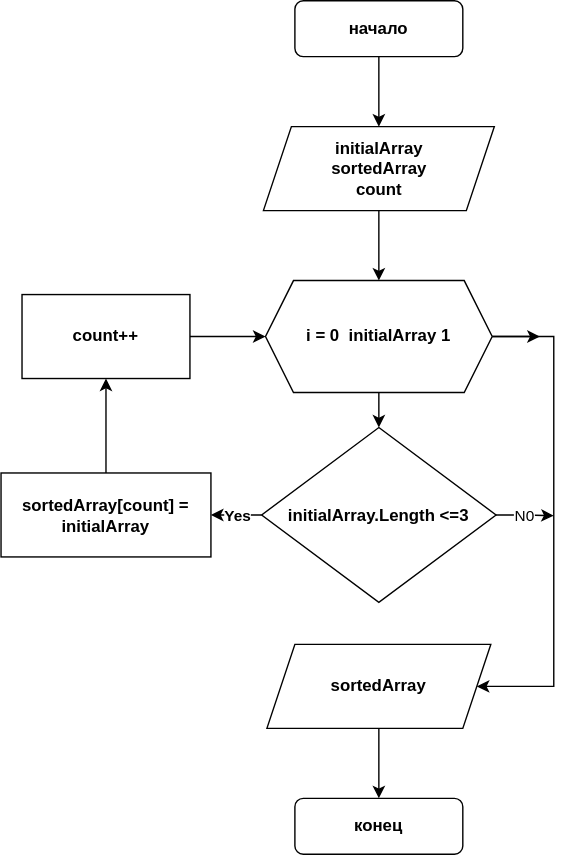
Above: блок схема.drawio.svg in Segunok1/credit_work (draw.io), before the change. Source tidied: cells renumbered, new cells last; positions are measured from the earlier drawing's top-left corner, leaving out a move shared by most shapes. Source of this version:
```xml
<mxGraphModel>
  <root>
    <mxCell id="0" />
    <mxCell id="1" parent="0" />
    <mxCell id="2" style="edgeStyle=orthogonalEdgeStyle;rounded=0;jettySize=auto;html=1;exitX=0.5;exitY=1;exitDx=0;exitDy=0;entryX=0.5;entryY=0;entryDx=0;entryDy=0;" parent="1" edge="1" source="3" target="6">
      <mxGeometry relative="1" as="geometry" />
    </mxCell>
    <mxCell id="3" value="начало" style="rounded=1;whiteSpace=wrap;html=1;fontSize=12;glass=0;strokeWidth=1;shadow=0;fontStyle=1;" parent="1" vertex="1">
      <mxGeometry x="210" width="120" height="40" as="geometry" />
    </mxCell>
    <mxCell id="4" value="конец" style="rounded=1;whiteSpace=wrap;html=1;fontSize=12;glass=0;strokeWidth=1;shadow=0;fontStyle=1;" parent="1" vertex="1">
      <mxGeometry x="210" y="570" width="120" height="40" as="geometry" />
    </mxCell>
    <mxCell id="5" style="edgeStyle=orthogonalEdgeStyle;rounded=0;jettySize=auto;html=1;exitX=0.5;exitY=1;exitDx=0;exitDy=0;entryX=0.5;entryY=0;entryDx=0;entryDy=0;" parent="1" edge="1" source="6" target="15">
      <mxGeometry relative="1" as="geometry" />
    </mxCell>
    <mxCell id="6" value="initialArray&lt;br&gt;sortedArray&lt;br&gt;count" style="shape=parallelogram;perimeter=parallelogramPerimeter;whiteSpace=wrap;html=1;fixedSize=1;fontStyle=1;" parent="1" vertex="1">
      <mxGeometry x="187.5" y="90" width="165" height="60" as="geometry" />
    </mxCell>
    <mxCell id="7" style="edgeStyle=orthogonalEdgeStyle;rounded=0;jettySize=auto;html=1;exitX=1;exitY=0.5;exitDx=0;exitDy=0;entryX=0;entryY=0.5;entryDx=0;entryDy=0;" parent="1" edge="1" source="8" target="15">
      <mxGeometry relative="1" as="geometry" />
    </mxCell>
    <mxCell id="8" value="&lt;b&gt;count++&lt;/b&gt;" style="rounded=0;whiteSpace=wrap;html=1;" parent="1" vertex="1">
      <mxGeometry x="15" y="210" width="120" height="60" as="geometry" />
    </mxCell>
    <mxCell id="9" value="Yes" style="edgeStyle=orthogonalEdgeStyle;rounded=0;jettySize=auto;html=1;entryX=1;entryY=0.5;entryDx=0;entryDy=0;fontStyle=1;" parent="1" edge="1" source="11" target="19">
      <mxGeometry x="0.16" relative="1" as="geometry" />
    </mxCell>
    <mxCell id="10" value="N0" style="edgeStyle=orthogonalEdgeStyle;rounded=0;jettySize=auto;html=1;exitX=1;exitY=0.5;exitDx=0;exitDy=0;" parent="1" edge="1" source="11">
      <mxGeometry relative="1" as="geometry">
        <mxPoint x="395" y="368" as="targetPoint" />
      </mxGeometry>
    </mxCell>
    <mxCell id="11" value="initialArray.Length &amp;lt;=3" style="rhombus;whiteSpace=wrap;html=1;fontStyle=1;" parent="1" vertex="1">
      <mxGeometry x="186.2" y="305" width="167.5" height="125" as="geometry" />
    </mxCell>
    <mxCell id="12" style="edgeStyle=orthogonalEdgeStyle;rounded=0;jettySize=auto;html=1;exitX=0.5;exitY=1;exitDx=0;exitDy=0;entryX=0.5;entryY=0;entryDx=0;entryDy=0;" parent="1" edge="1" source="15" target="11">
      <mxGeometry relative="1" as="geometry" />
    </mxCell>
    <mxCell id="13" style="edgeStyle=orthogonalEdgeStyle;rounded=0;jettySize=auto;html=1;exitX=1;exitY=0.5;exitDx=0;exitDy=0;" parent="1" edge="1" source="15" target="17">
      <mxGeometry relative="1" as="geometry">
        <Array as="points">
          <mxPoint x="395" y="240" />
          <mxPoint x="395" y="490" />
        </Array>
      </mxGeometry>
    </mxCell>
    <mxCell id="14" style="edgeStyle=orthogonalEdgeStyle;rounded=0;jettySize=auto;html=1;exitX=1;exitY=0.5;exitDx=0;exitDy=0;" parent="1" edge="1" source="15">
      <mxGeometry relative="1" as="geometry">
        <mxPoint x="385" y="240" as="targetPoint" />
      </mxGeometry>
    </mxCell>
    <mxCell id="15" value="i = 0&amp;nbsp; initialArray 1" style="shape=hexagon;perimeter=hexagonPerimeter2;whiteSpace=wrap;html=1;fixedSize=1;fontStyle=1;" parent="1" vertex="1">
      <mxGeometry x="189" y="200" width="162" height="80" as="geometry" />
    </mxCell>
    <mxCell id="16" style="edgeStyle=orthogonalEdgeStyle;rounded=0;jettySize=auto;html=1;exitX=0.5;exitY=1;exitDx=0;exitDy=0;entryX=0.5;entryY=0;entryDx=0;entryDy=0;" parent="1" edge="1" source="17" target="4">
      <mxGeometry relative="1" as="geometry" />
    </mxCell>
    <mxCell id="17" value="sortedArray" style="shape=parallelogram;perimeter=parallelogramPerimeter;whiteSpace=wrap;html=1;fixedSize=1;fontStyle=1;" parent="1" vertex="1">
      <mxGeometry x="190" y="460" width="160" height="60" as="geometry" />
    </mxCell>
    <mxCell id="18" style="edgeStyle=orthogonalEdgeStyle;rounded=0;jettySize=auto;html=1;exitX=0.5;exitY=0;exitDx=0;exitDy=0;entryX=0.5;entryY=1;entryDx=0;entryDy=0;" parent="1" edge="1" source="19" target="8">
      <mxGeometry relative="1" as="geometry" />
    </mxCell>
    <mxCell id="19" value="sortedArray[count] =&lt;br&gt;initialArray" style="rounded=0;whiteSpace=wrap;html=1;fontStyle=1;" parent="1" vertex="1">
      <mxGeometry y="337.5" width="150" height="60" as="geometry" />
    </mxCell>
  </root>
</mxGraphModel>
```
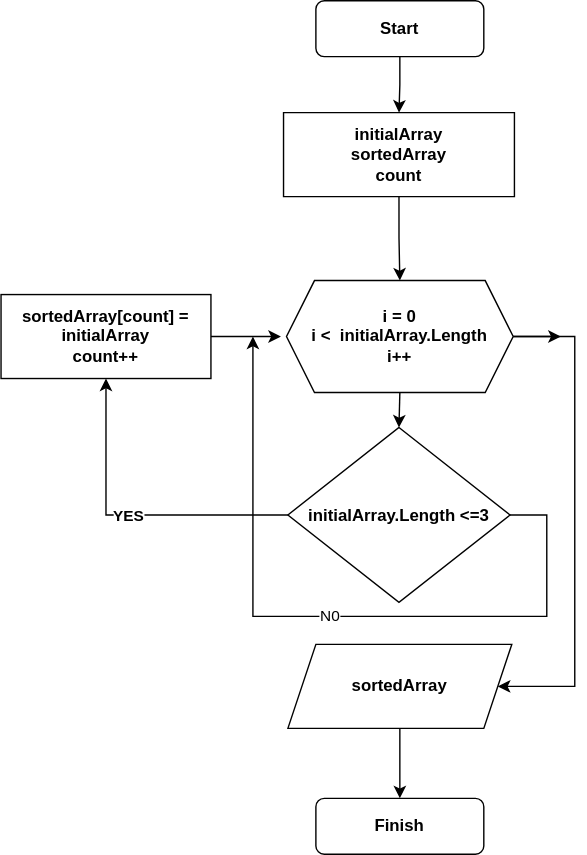
Above is the later version.

What changed in the source:
```diff
@@ -5,34 +5,27 @@
     <mxCell id="2" style="edgeStyle=orthogonalEdgeStyle;rounded=0;jettySize=auto;html=1;exitX=0.5;exitY=1;exitDx=0;exitDy=0;entryX=0.5;entryY=0;entryDx=0;entryDy=0;" parent="1" edge="1" source="3" target="6">
       <mxGeometry relative="1" as="geometry" />
     </mxCell>
-    <mxCell id="3" value="начало" style="rounded=1;whiteSpace=wrap;html=1;fontSize=12;glass=0;strokeWidth=1;shadow=0;fontStyle=1;" parent="1" vertex="1">
+    <mxCell id="3" value="Start" style="rounded=1;whiteSpace=wrap;html=1;fontSize=12;glass=0;strokeWidth=1;shadow=0;fontStyle=1;" parent="1" vertex="1">
       <mxGeometry x="210" width="120" height="40" as="geometry" />
     </mxCell>
-    <mxCell id="4" value="конец" style="rounded=1;whiteSpace=wrap;html=1;fontSize=12;glass=0;strokeWidth=1;shadow=0;fontStyle=1;" parent="1" vertex="1">
+    <mxCell id="4" value="Finish" style="rounded=1;whiteSpace=wrap;html=1;fontSize=12;glass=0;strokeWidth=1;shadow=0;fontStyle=1;" parent="1" vertex="1">
       <mxGeometry x="210" y="570" width="120" height="40" as="geometry" />
     </mxCell>
-    <mxCell id="5" style="edgeStyle=orthogonalEdgeStyle;rounded=0;jettySize=auto;html=1;exitX=0.5;exitY=1;exitDx=0;exitDy=0;entryX=0.5;entryY=0;entryDx=0;entryDy=0;" parent="1" edge="1" source="6" target="15">
-      <mxGeometry relative="1" as="geometry" />
-    </mxCell>
-    <mxCell id="6" value="initialArray&lt;br&gt;sortedArray&lt;br&gt;count" style="shape=parallelogram;perimeter=parallelogramPerimeter;whiteSpace=wrap;html=1;fixedSize=1;fontStyle=1;" parent="1" vertex="1">
-      <mxGeometry x="187.5" y="90" width="165" height="60" as="geometry" />
-    </mxCell>
-    <mxCell id="7" style="edgeStyle=orthogonalEdgeStyle;rounded=0;jettySize=auto;html=1;exitX=1;exitY=0.5;exitDx=0;exitDy=0;entryX=0;entryY=0.5;entryDx=0;entryDy=0;" parent="1" edge="1" source="8" target="15">
-      <mxGeometry relative="1" as="geometry" />
-    </mxCell>
-    <mxCell id="8" value="&lt;b&gt;count++&lt;/b&gt;" style="rounded=0;whiteSpace=wrap;html=1;" parent="1" vertex="1">
-      <mxGeometry x="15" y="210" width="120" height="60" as="geometry" />
-    </mxCell>
+    <mxCell id="10" value="N0" style="edgeStyle=orthogonalEdgeStyle;rounded=0;jettySize=auto;html=1;exitX=1;exitY=0.5;exitDx=0;exitDy=0;" parent="1" edge="1" source="11">
+      <mxGeometry relative="1" as="geometry">
+        <mxPoint x="165" y="240" as="targetPoint" />
+        <Array as="points">
+          <mxPoint x="375" y="368" />
+          <mxPoint x="375" y="440" />
+          <mxPoint x="165" y="440" />
+        </Array>
+      </mxGeometry>
+    </mxCell>
-    <mxCell id="9" value="Yes" style="edgeStyle=orthogonalEdgeStyle;rounded=0;jettySize=auto;html=1;entryX=1;entryY=0.5;entryDx=0;entryDy=0;fontStyle=1;" parent="1" edge="1" source="11" target="19">
-      <mxGeometry x="0.16" relative="1" as="geometry" />
+    <mxCell id="9" value="YES" style="edgeStyle=orthogonalEdgeStyle;rounded=0;jettySize=auto;html=1;exitX=0;exitY=0.5;exitDx=0;exitDy=0;entryX=0.5;entryY=1;entryDx=0;entryDy=0;fontStyle=1;" parent="1" edge="1" source="11" target="19">
+      <mxGeometry relative="1" as="geometry" />
     </mxCell>
-    <mxCell id="10" value="N0" style="edgeStyle=orthogonalEdgeStyle;rounded=0;jettySize=auto;html=1;exitX=1;exitY=0.5;exitDx=0;exitDy=0;" parent="1" edge="1" source="11">
-      <mxGeometry relative="1" as="geometry">
-        <mxPoint x="395" y="368" as="targetPoint" />
-      </mxGeometry>
-    </mxCell>
     <mxCell id="11" value="initialArray.Length &amp;lt;=3" style="rhombus;whiteSpace=wrap;html=1;fontStyle=1;" parent="1" vertex="1">
-      <mxGeometry x="186.2" y="305" width="167.5" height="125" as="geometry" />
+      <mxGeometry x="190" y="305" width="158.8" height="125" as="geometry" />
     </mxCell>
     <mxCell id="12" style="edgeStyle=orthogonalEdgeStyle;rounded=0;jettySize=auto;html=1;exitX=0.5;exitY=1;exitDx=0;exitDy=0;entryX=0.5;entryY=0;entryDx=0;entryDy=0;" parent="1" edge="1" source="15" target="11">
       <mxGeometry relative="1" as="geometry" />
@@ -50,7 +43,7 @@
         <mxPoint x="385" y="240" as="targetPoint" />
       </mxGeometry>
     </mxCell>
-    <mxCell id="15" value="i = 0&amp;nbsp; initialArray 1" style="shape=hexagon;perimeter=hexagonPerimeter2;whiteSpace=wrap;html=1;fixedSize=1;fontStyle=1;" parent="1" vertex="1">
+    <mxCell id="15" value="i = 0&lt;br&gt;i &amp;lt;&amp;nbsp; initialArray.Length&lt;br&gt;i++" style="shape=hexagon;perimeter=hexagonPerimeter2;whiteSpace=wrap;html=1;fixedSize=1;fontStyle=1;" parent="1" vertex="1">
       <mxGeometry x="189" y="200" width="162" height="80" as="geometry" />
     </mxCell>
     <mxCell id="16" style="edgeStyle=orthogonalEdgeStyle;rounded=0;jettySize=auto;html=1;exitX=0.5;exitY=1;exitDx=0;exitDy=0;entryX=0.5;entryY=0;entryDx=0;entryDy=0;" parent="1" edge="1" source="17" target="4">
@@ -59,11 +52,19 @@
     <mxCell id="17" value="sortedArray" style="shape=parallelogram;perimeter=parallelogramPerimeter;whiteSpace=wrap;html=1;fixedSize=1;fontStyle=1;" parent="1" vertex="1">
       <mxGeometry x="190" y="460" width="160" height="60" as="geometry" />
     </mxCell>
-    <mxCell id="18" style="edgeStyle=orthogonalEdgeStyle;rounded=0;jettySize=auto;html=1;exitX=0.5;exitY=0;exitDx=0;exitDy=0;entryX=0.5;entryY=1;entryDx=0;entryDy=0;" parent="1" edge="1" source="19" target="8">
-      <mxGeometry relative="1" as="geometry" />
-    </mxCell>
+    <mxCell id="20" style="edgeStyle=orthogonalEdgeStyle;rounded=0;jettySize=auto;html=1;exitX=1;exitY=0.5;exitDx=0;exitDy=0;" parent="1" edge="1" source="19">
+      <mxGeometry relative="1" as="geometry">
+        <mxPoint x="185" y="240" as="targetPoint" />
+      </mxGeometry>
+    </mxCell>
-    <mxCell id="19" value="sortedArray[count] =&lt;br&gt;initialArray" style="rounded=0;whiteSpace=wrap;html=1;fontStyle=1;" parent="1" vertex="1">
-      <mxGeometry y="337.5" width="150" height="60" as="geometry" />
+    <mxCell id="19" value="sortedArray[count] =&lt;br&gt;initialArray&lt;br&gt;count++" style="rounded=0;whiteSpace=wrap;html=1;fontStyle=1;" parent="1" vertex="1">
+      <mxGeometry x="-15" y="210" width="150" height="60" as="geometry" />
     </mxCell>
+    <mxCell id="5" style="edgeStyle=orthogonalEdgeStyle;rounded=0;jettySize=auto;html=1;exitX=0.5;exitY=1;exitDx=0;exitDy=0;entryX=0.5;entryY=0;entryDx=0;entryDy=0;" parent="1" edge="1" source="6" target="15">
+      <mxGeometry relative="1" as="geometry" />
+    </mxCell>
+    <mxCell id="6" value="initialArray&lt;br&gt;sortedArray&lt;br&gt;count" style="shape=parallelogram;perimeter=parallelogramPerimeter;whiteSpace=wrap;html=1;fixedSize=1;fontStyle=1;size=0;" parent="1" vertex="1">
+      <mxGeometry x="186.9" y="80" width="165" height="60" as="geometry" />
+    </mxCell>
   </root>
 </mxGraphModel>
```
